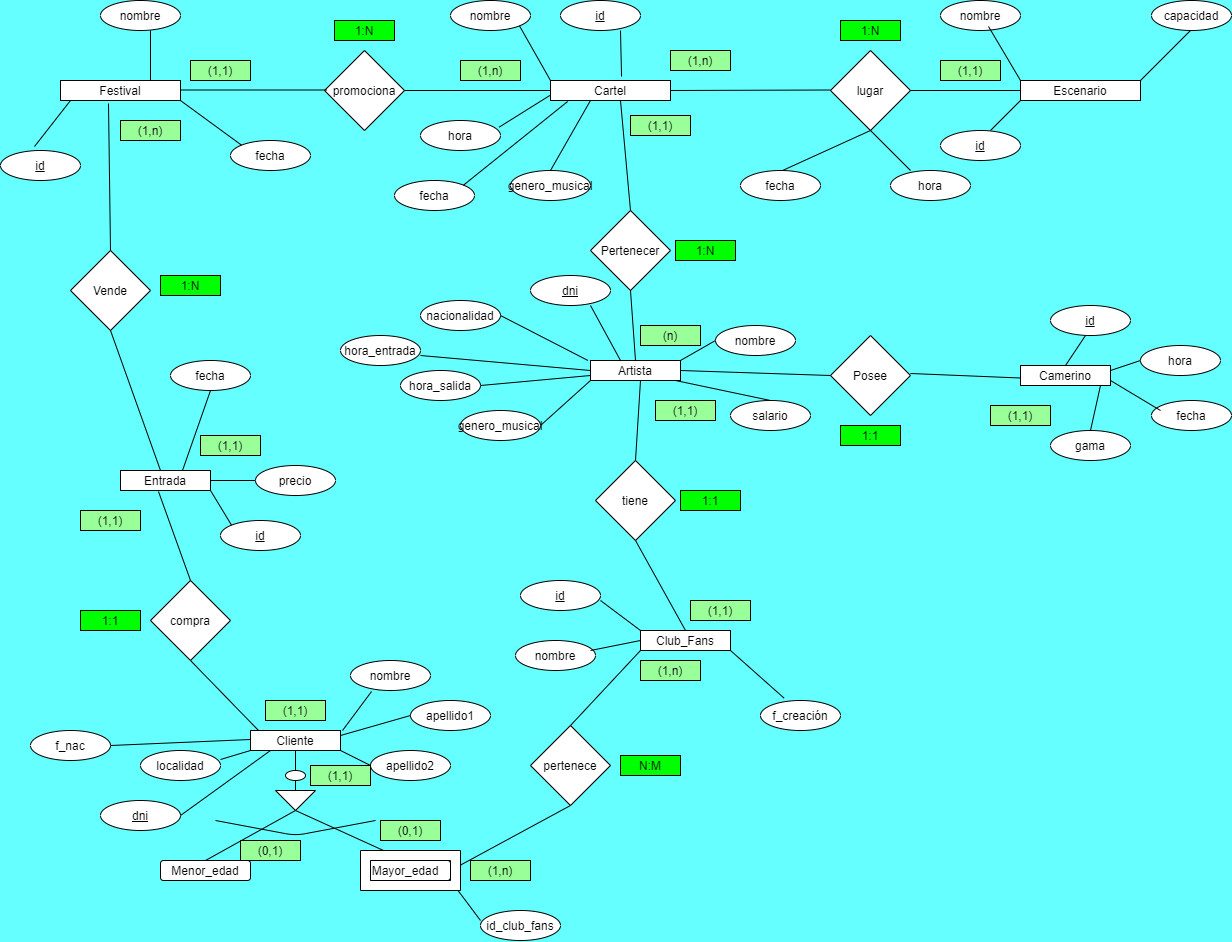
Before: Images/DiagramaE-R.png, a diagram exported from draw.io (jmm-1999/QuevedoFest). Source tidied: cells renumbered, new cells last; positions are measured from the earlier drawing's top-left corner, leaving out a move shared by most shapes.
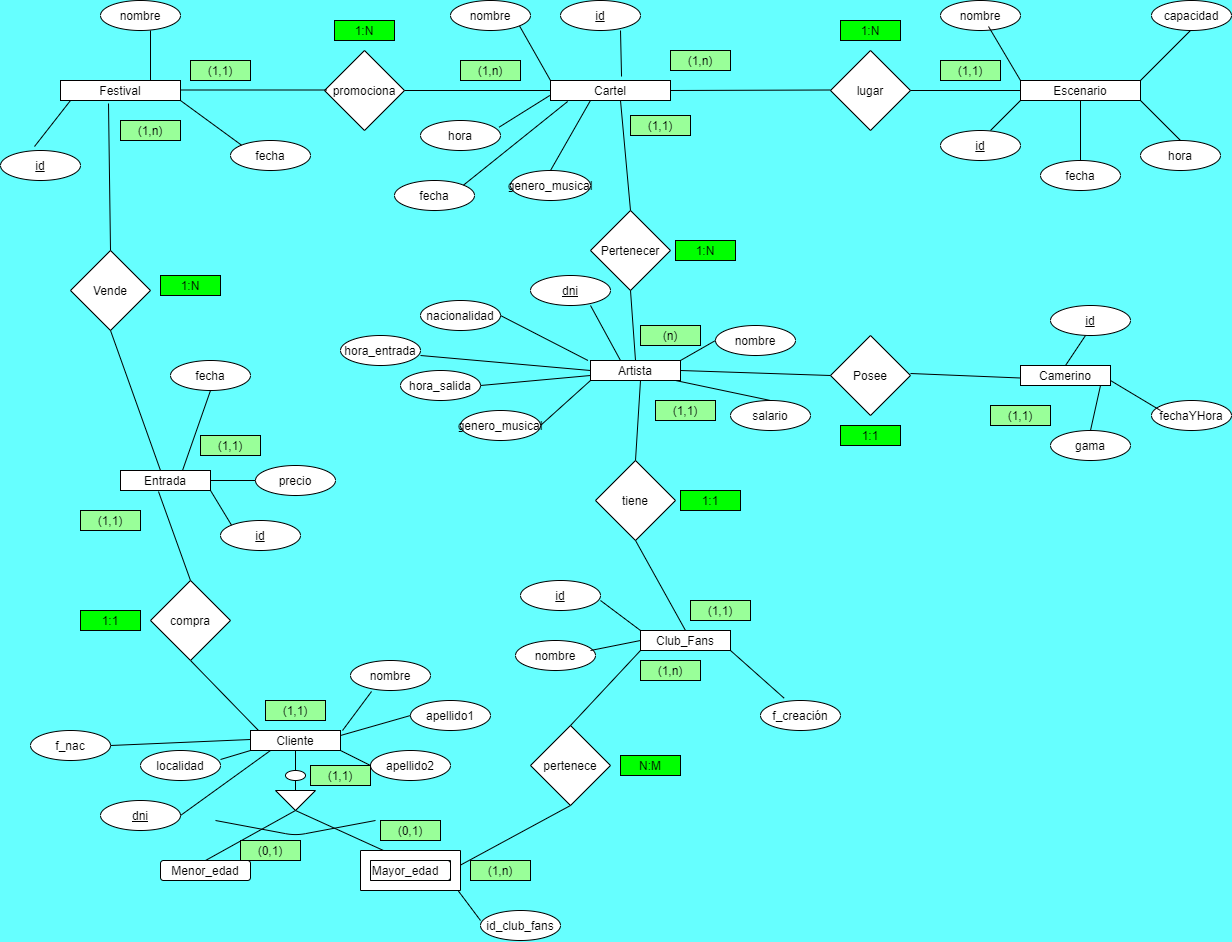
Above is the later version.

What changed in the source:
```diff
@@ -441,7 +441,7 @@
     <mxCell id="117" value="(1,1)" style="rounded=0;whiteSpace=wrap;html=1;gradientColor=none;fillColor=#99FF99;" parent="1" vertex="1">
       <mxGeometry x="990" y="405" width="60" height="20" as="geometry" />
     </mxCell>
-    <mxCell id="118" value="fecha" style="ellipse;whiteSpace=wrap;html=1;" parent="1" vertex="1">
+    <mxCell id="118" value="fechaYHora" style="ellipse;whiteSpace=wrap;html=1;" parent="1" vertex="1">
       <mxGeometry x="1151" y="400" width="80" height="30" as="geometry" />
     </mxCell>
     <mxCell id="119" style="endArrow=none;html=1;exitX=1;exitY=0.75;exitDx=0;exitDy=0;" parent="1" edge="1" source="94">
@@ -449,9 +449,6 @@
         <mxPoint x="1160" y="410" as="targetPoint" />
       </mxGeometry>
     </mxCell>
-    <mxCell id="120" value="hora" style="ellipse;whiteSpace=wrap;html=1;" parent="1" vertex="1">
-      <mxGeometry x="1140" y="345" width="80" height="30" as="geometry" />
-    </mxCell>
     <mxCell id="121" value="1:1" style="rounded=0;whiteSpace=wrap;html=1;gradientColor=none;fillColor=#00FF00;" parent="1" vertex="1">
       <mxGeometry x="840" y="425" width="60" height="20" as="geometry" />
     </mxCell>
@@ -482,21 +479,11 @@
       </mxGeometry>
     </mxCell>
     <mxCell id="130" value="fecha" style="ellipse;whiteSpace=wrap;html=1;" parent="1" vertex="1">
-      <mxGeometry x="740" y="170" width="80" height="30" as="geometry" />
+      <mxGeometry x="1040" y="160" width="80" height="30" as="geometry" />
     </mxCell>
     <mxCell id="131" value="hora" style="ellipse;whiteSpace=wrap;html=1;" parent="1" vertex="1">
-      <mxGeometry x="890" y="170" width="80" height="30" as="geometry" />
+      <mxGeometry x="1140" y="140" width="80" height="30" as="geometry" />
     </mxCell>
-    <mxCell id="132" style="endArrow=none;html=1;entryX=0.5;entryY=1;entryDx=0;entryDy=0;exitX=0.388;exitY=-0.033;exitDx=0;exitDy=0;exitPerimeter=0;" parent="1" edge="1" target="28">
-      <mxGeometry relative="1" as="geometry">
-        <mxPoint x="782" y="170" as="sourcePoint" />
-      </mxGeometry>
-    </mxCell>
-    <mxCell id="133" style="endArrow=none;html=1;entryX=0.5;entryY=1;entryDx=0;entryDy=0;exitX=0.388;exitY=-0.033;exitDx=0;exitDy=0;exitPerimeter=0;" parent="1" edge="1" target="28">
-      <mxGeometry relative="1" as="geometry">
-        <mxPoint x="910" y="170" as="sourcePoint" />
-      </mxGeometry>
-    </mxCell>
     <mxCell id="134" value="(1,1)" style="rounded=0;whiteSpace=wrap;html=1;gradientColor=none;fillColor=#99FF99;" parent="1" vertex="1">
       <mxGeometry x="310" y="765" width="60" height="20" as="geometry" />
     </mxCell>
@@ -531,10 +518,15 @@
         <mxPoint x="590" y="370" as="targetPoint" />
       </mxGeometry>
     </mxCell>
-    <mxCell id="143" style="endArrow=none;html=1;exitX=1;exitY=0.25;exitDx=0;exitDy=0;" parent="1" edge="1" source="94">
-      <mxGeometry relative="1" as="geometry">
-        <mxPoint x="1140" y="360" as="targetPoint" />
-      </mxGeometry>
-    </mxCell>
+    <mxCell id="144" style="endArrow=none;html=1;entryX=0.5;entryY=1;entryDx=0;entryDy=0;" parent="1" edge="1" target="27">
+      <mxGeometry relative="1" as="geometry">
+        <mxPoint x="1080" y="160" as="sourcePoint" />
+      </mxGeometry>
+    </mxCell>
+    <mxCell id="145" style="endArrow=none;html=1;exitX=0.5;exitY=0;exitDx=0;exitDy=0;" parent="1" edge="1" source="131">
+      <mxGeometry relative="1" as="geometry">
+        <mxPoint x="1140" y="100" as="targetPoint" />
+      </mxGeometry>
+    </mxCell>
   </root>
 </mxGraphModel>
```
